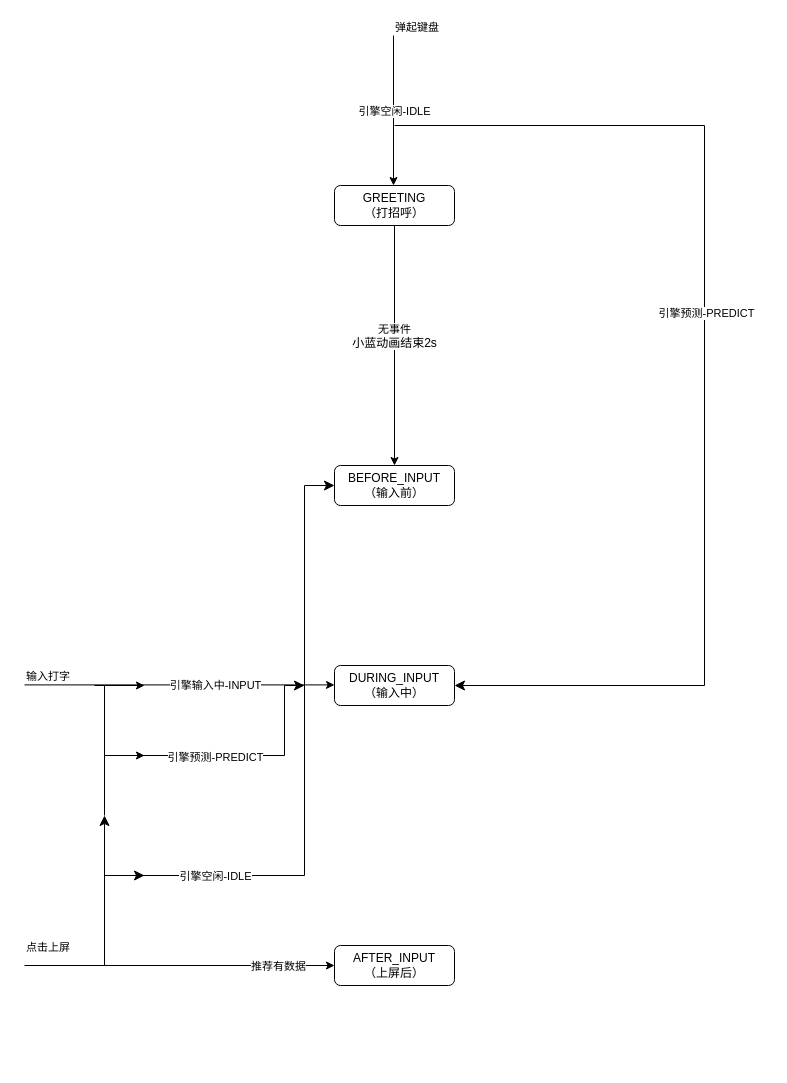
This is 候选状态流程图.drawio from Adiudiu/test, a draw.io file, before an edit. Source tidied: cells renumbered, new cells numbered last; positions are measured from the earlier drawing's top-left corner, leaving out a move shared by most shapes. Both pictures are drawn from the tidied source at 100%, with x=0, y=0 at pixel (24, 35).
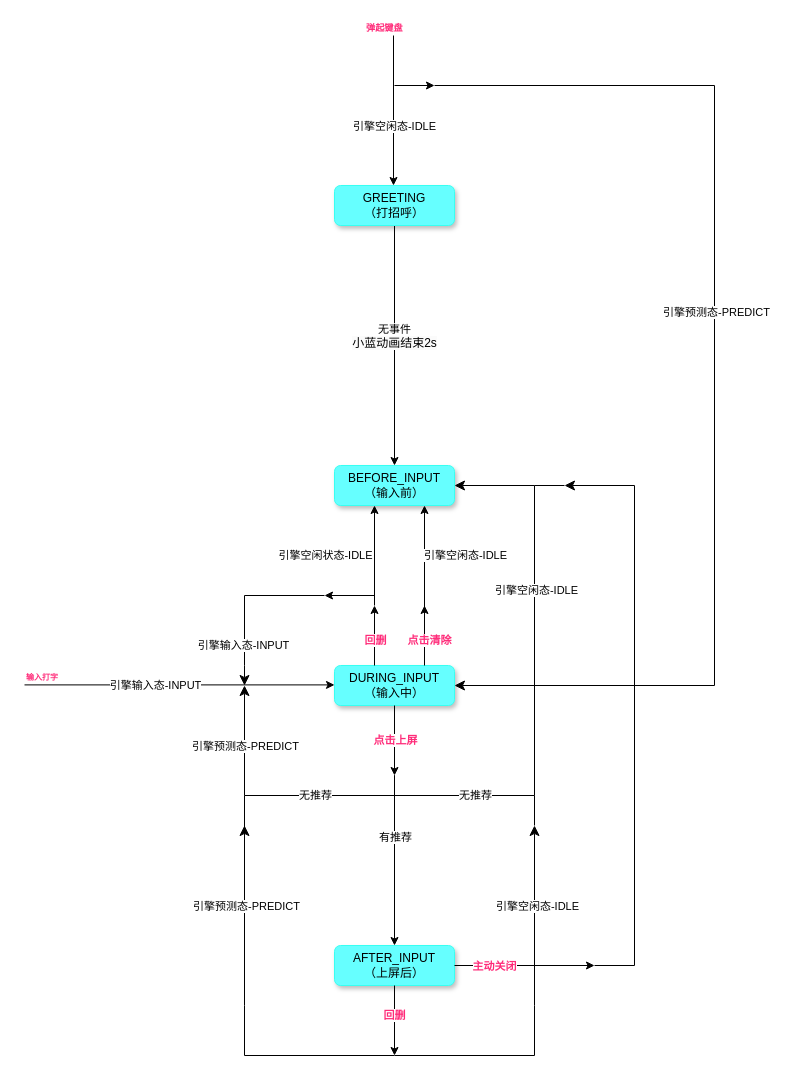
After the change.

Commit message (it also covers changes not shown here):
更新候选状态流程图.drawio

The change refers to these unchanged cells:
```xml
<mxCell id="8" style="endArrow=classic;html=1;rounded=0;entryX=0.5;entryY=0;entryDx=0;entryDy=0;" parent="1" edge="1">
  <mxGeometry relative="1" as="geometry">
    <mxPoint x="369" as="sourcePoint" />
    <mxPoint x="369" y="150" as="targetPoint" />
  </mxGeometry>
</mxCell>
<mxCell id="13" style="endArrow=classic;html=1;rounded=0;" parent="1" edge="1">
  <mxGeometry relative="1" as="geometry">
    <mxPoint y="649.4" as="sourcePoint" />
    <mxPoint x="310" y="649.4" as="targetPoint" />
  </mxGeometry>
</mxCell>
```

Change to the diagram source:
```diff
@@
-    <mxCell id="4" value="GREETING&lt;br&gt;（打招呼）" style="rounded=1;whiteSpace=wrap;html=1;fontSize=12;glass=0;strokeWidth=1;shadow=0;" parent="1" vertex="1">
+    <mxCell id="4" value="GREETING&lt;br&gt;（打招呼）" style="rounded=1;whiteSpace=wrap;html=1;fontSize=12;glass=0;strokeWidth=1;shadow=1;strokeColor=#38FFF2;fillColor=#66FFFF;" parent="1" vertex="1">
       <mxGeometry x="310" y="150" width="120" height="40" as="geometry" />
     </mxCell>
-    <mxCell id="5" value="BEFORE_INPUT&lt;br&gt;（输入前）" style="rounded=1;whiteSpace=wrap;html=1;fontSize=12;glass=0;strokeWidth=1;shadow=0;" parent="1" vertex="1">
+    <mxCell id="5" value="BEFORE_INPUT&lt;br&gt;（输入前）" style="rounded=1;whiteSpace=wrap;html=1;fontSize=12;glass=0;strokeWidth=1;shadow=1;strokeColor=#38FFF2;fillColor=#66FFFF;" parent="1" vertex="1">
       <mxGeometry x="310" y="430" width="120" height="40" as="geometry" />
     </mxCell>
-    <mxCell id="6" value="DURING_INPUT&lt;br&gt;（输入中）" style="rounded=1;whiteSpace=wrap;html=1;fontSize=12;glass=0;strokeWidth=1;shadow=0;" parent="1" vertex="1">
+    <mxCell id="6" value="DURING_INPUT&lt;br&gt;（输入中）" style="rounded=1;whiteSpace=wrap;html=1;fontSize=12;glass=0;strokeWidth=1;shadow=1;strokeColor=#38FFF2;fillColor=#66FFFF;" parent="1" vertex="1">
       <mxGeometry x="310" y="630" width="120" height="40" as="geometry" />
     </mxCell>
-    <mxCell id="7" value="AFTER_INPUT&lt;br&gt;（上屏后）" style="rounded=1;whiteSpace=wrap;html=1;fontSize=12;glass=0;strokeWidth=1;shadow=0;" parent="1" vertex="1">
+    <mxCell id="7" value="AFTER_INPUT&lt;br&gt;（上屏后）" style="rounded=1;whiteSpace=wrap;html=1;fontSize=12;glass=0;strokeWidth=1;shadow=1;strokeColor=#38FFF2;fillColor=#66FFFF;" parent="1" vertex="1">
       <mxGeometry x="310" y="910" width="120" height="40" as="geometry" />
     </mxCell>
@@
-    <mxCell id="9" value="引擎空闲-IDLE" style="edgeLabel;html=1;align=center;verticalAlign=middle;" parent="8" vertex="1">
-      <mxGeometry relative="1" as="geometry" />
+    <mxCell id="9" value="引擎空闲态-IDLE" style="edgeLabel;html=1;align=center;verticalAlign=middle;" parent="8" vertex="1">
+      <mxGeometry relative="1" as="geometry">
+        <mxPoint y="15" as="offset" />
+      </mxGeometry>
     </mxCell>
-    <mxCell id="10" value="弹起键盘" style="edgeLabel;html=1;align=left;verticalAlign=bottom;" parent="8" vertex="1">
-      <mxGeometry x="-1" relative="1" as="geometry" />
+    <mxCell id="10" value="&lt;b&gt;&lt;sub&gt;&lt;font color=&quot;#ff2b79&quot;&gt;弹起键盘&lt;/font&gt;&lt;/sub&gt;&lt;/b&gt;" style="edgeLabel;html=1;align=left;verticalAlign=bottom;" parent="8" vertex="1">
+      <mxGeometry x="-1" relative="1" as="geometry">
+        <mxPoint x="-29" as="offset" />
+      </mxGeometry>
     </mxCell>
-    <mxCell id="11" style="edgeStyle=segmentEdgeStyle;endArrow=classic;html=1;curved=0;rounded=0;endSize=8;startSize=8;" parent="1" edge="1" target="6">
+    <mxCell id="11" style="edgeStyle=segmentEdgeStyle;endArrow=classic;html=1;curved=0;rounded=0;endSize=8;startSize=8;entryX=1;entryY=0.5;entryDx=0;entryDy=0;" parent="1" edge="1" target="6">
       <mxGeometry relative="1" as="geometry">
-        <mxPoint x="370" y="90" as="sourcePoint" />
+        <mxPoint x="410" y="50" as="sourcePoint" />
         <Array as="points">
-          <mxPoint x="680" y="90" />
-          <mxPoint x="680" y="650" />
+          <mxPoint x="690" y="50" />
+          <mxPoint x="690" y="650" />
         </Array>
       </mxGeometry>
     </mxCell>
-    <mxCell id="12" value="引擎预测-PREDICT" style="edgeLabel;html=1;align=center;verticalAlign=middle;" parent="11" vertex="1">
+    <mxCell id="12" value="引擎预测态-PREDICT" style="edgeLabel;html=1;align=center;verticalAlign=middle;" parent="11" vertex="1">
       <mxGeometry x="-0.11" y="1" relative="1" as="geometry">
         <mxPoint y="-1" as="offset" />
       </mxGeometry>
     </mxCell>
@@
-    <mxCell id="14" value="引擎输入中-INPUT" style="edgeLabel;html=1;align=center;verticalAlign=middle;" parent="13" vertex="1">
+    <mxCell id="14" value="引擎输入态-INPUT" style="edgeLabel;html=1;align=center;verticalAlign=middle;" parent="13" vertex="1">
       <mxGeometry relative="1" as="geometry">
-        <mxPoint x="35" as="offset" />
+        <mxPoint x="-25" as="offset" />
       </mxGeometry>
     </mxCell>
-    <mxCell id="15" value="输入打字" style="edgeLabel;html=1;align=left;verticalAlign=bottom;" parent="13" vertex="1">
+    <mxCell id="15" value="&lt;b&gt;&lt;font color=&quot;#ff2b79&quot; style=&quot;font-size: 8px;&quot;&gt;输入打字&lt;/font&gt;&lt;/b&gt;" style="edgeLabel;html=1;align=left;verticalAlign=bottom;" parent="13" vertex="1">
       <mxGeometry x="-1" relative="1" as="geometry" />
     </mxCell>
-    <mxCell id="16" style="edgeStyle=segmentEdgeStyle;endArrow=classic;html=1;curved=0;rounded=0;endSize=8;startSize=8;" parent="1" edge="1">
-      <mxGeometry relative="1" as="geometry">
-        <mxPoint x="70" y="650" as="sourcePoint" />
-        <mxPoint x="280" y="650" as="targetPoint" />
-        <Array as="points">
-          <mxPoint x="80" y="650" />
-          <mxPoint x="80" y="720" />
-          <mxPoint x="260" y="720" />
-          <mxPoint x="260" y="650" />
-        </Array>
-      </mxGeometry>
-    </mxCell>
-    <mxCell id="17" value="引擎预测-PREDICT" style="edgeLabel;html=1;align=center;verticalAlign=middle;" parent="16" vertex="1">
-      <mxGeometry x="-0.15" y="-1" relative="1" as="geometry">
-        <mxPoint x="41" as="offset" />
-      </mxGeometry>
-    </mxCell>
-    <mxCell id="18" style="endArrow=classic;html=1;rounded=0;entryX=0;entryY=0.5;entryDx=0;entryDy=0;" parent="1" edge="1" target="7">
+    <mxCell id="18" style="endArrow=classic;html=1;rounded=0;exitX=0.5;exitY=1;exitDx=0;exitDy=0;" parent="1" edge="1" source="6">
       <mxGeometry relative="1" as="geometry">
-        <mxPoint y="930" as="sourcePoint" />
+        <mxPoint x="370" y="740" as="targetPoint" />
       </mxGeometry>
     </mxCell>
-    <mxCell id="19" value="点击上屏" style="edgeLabel;html=1;align=left;verticalAlign=bottom;" parent="18" vertex="1">
-      <mxGeometry x="-1" relative="1" as="geometry">
-        <mxPoint y="-10" as="offset" />
+    <mxCell id="19" value="&lt;b&gt;&lt;font color=&quot;#ff2b79&quot;&gt;点击上屏&lt;/font&gt;&lt;/b&gt;" style="edgeLabel;html=1;align=center;verticalAlign=middle;" parent="18" vertex="1">
+      <mxGeometry x="-0.03" y="3" relative="1" as="geometry">
+        <mxPoint x="-3" as="offset" />
       </mxGeometry>
     </mxCell>
-    <mxCell id="20" value="推荐有数据" style="edgeLabel;html=1;align=center;verticalAlign=middle;" parent="18" vertex="1">
-      <mxGeometry x="0.63" relative="1" as="geometry" />
-    </mxCell>
-    <mxCell id="21" style="edgeStyle=segmentEdgeStyle;endArrow=classic;html=1;curved=0;rounded=0;endSize=8;startSize=8;" parent="1" edge="1">
-      <mxGeometry relative="1" as="geometry">
-        <mxPoint x="80" y="840" as="sourcePoint" />
-        <mxPoint x="310" y="450" as="targetPoint" />
-        <Array as="points">
-          <mxPoint x="280" y="840" />
-          <mxPoint x="280" y="450" />
-        </Array>
-      </mxGeometry>
-    </mxCell>
-    <mxCell id="22" value="引擎空闲-IDLE" style="edgeLabel;html=1;align=center;verticalAlign=middle;" parent="21" vertex="1">
-      <mxGeometry x="-0.69" y="-5" relative="1" as="geometry">
-        <mxPoint x="14" y="-5" as="offset" />
-      </mxGeometry>
-    </mxCell>
-    <mxCell id="23" style="edgeStyle=segmentEdgeStyle;endArrow=classic;html=1;curved=0;rounded=0;endSize=8;startSize=8;" parent="1" edge="1">
-      <mxGeometry relative="1" as="geometry">
-        <mxPoint x="80" y="930" as="sourcePoint" />
-        <mxPoint x="80" y="780" as="targetPoint" />
-      </mxGeometry>
-    </mxCell>
-    <mxCell id="24" style="endArrow=none;html=1;rounded=0;" parent="1" edge="1">
-      <mxGeometry relative="1" as="geometry">
-        <mxPoint x="80" y="780" as="sourcePoint" />
-        <mxPoint x="80" y="720" as="targetPoint" />
-      </mxGeometry>
-    </mxCell>
-    <mxCell id="25" style="edgeStyle=segmentEdgeStyle;endArrow=classic;html=1;curved=0;rounded=0;endSize=8;startSize=8;" parent="1" edge="1">
-      <mxGeometry relative="1" as="geometry">
-        <mxPoint x="80" y="840" as="sourcePoint" />
-        <mxPoint x="120" y="840" as="targetPoint" />
-      </mxGeometry>
-    </mxCell>
-    <mxCell id="26" style="endArrow=classic;html=1;rounded=0;" parent="1" edge="1">
-      <mxGeometry relative="1" as="geometry">
-        <mxPoint x="80" y="720" as="sourcePoint" />
-        <mxPoint x="120" y="720" as="targetPoint" />
-      </mxGeometry>
-    </mxCell>
-    <mxCell id="27" style="endArrow=classic;html=1;rounded=0;" parent="1" edge="1">
-      <mxGeometry relative="1" as="geometry">
-        <mxPoint x="80" y="650" as="sourcePoint" />
-        <mxPoint x="120" y="650" as="targetPoint" />
-      </mxGeometry>
-    </mxCell>
+    <mxCell id="28" style="edgeStyle=segmentEdgeStyle;endArrow=classic;html=1;curved=0;rounded=0;endSize=8;startSize=8;entryX=1;entryY=0.5;entryDx=0;entryDy=0;" parent="1" edge="1" target="5">
+      <mxGeometry relative="1" as="geometry">
+        <mxPoint x="370" y="740" as="sourcePoint" />
+        <Array as="points">
+          <mxPoint x="370" y="760" />
+          <mxPoint x="510" y="760" />
+          <mxPoint x="510" y="450" />
+        </Array>
+      </mxGeometry>
+    </mxCell>
+    <mxCell id="29" value="无推荐" style="edgeLabel;html=1;align=center;verticalAlign=middle;" parent="28" vertex="1">
+      <mxGeometry x="-0.17" y="-2" relative="1" as="geometry">
+        <mxPoint x="-62" y="67" as="offset" />
+      </mxGeometry>
+    </mxCell>
+    <mxCell id="30" value="引擎空闲态-IDLE" style="edgeLabel;html=1;align=center;verticalAlign=middle;" parent="28" vertex="1">
+      <mxGeometry x="0.33" y="-1" relative="1" as="geometry" />
+    </mxCell>
+    <mxCell id="31" style="endArrow=classic;html=1;rounded=0;" parent="1" edge="1" target="7">
+      <mxGeometry relative="1" as="geometry">
+        <mxPoint x="370" y="740" as="sourcePoint" />
+      </mxGeometry>
+    </mxCell>
+    <mxCell id="32" value="有推荐" style="edgeLabel;html=1;align=center;verticalAlign=middle;" parent="31" vertex="1">
+      <mxGeometry x="0.34" y="4" relative="1" as="geometry">
+        <mxPoint x="-4" y="-53" as="offset" />
+      </mxGeometry>
+    </mxCell>
+    <mxCell id="33" style="edgeStyle=segmentEdgeStyle;endArrow=classic;html=1;curved=0;rounded=0;endSize=8;startSize=8;" parent="1" edge="1">
+      <mxGeometry relative="1" as="geometry">
+        <mxPoint x="370" y="740" as="sourcePoint" />
+        <mxPoint x="220" y="650" as="targetPoint" />
+        <Array as="points">
+          <mxPoint x="370" y="760" />
+          <mxPoint x="220" y="760" />
+          <mxPoint x="220" y="650" />
+        </Array>
+      </mxGeometry>
+    </mxCell>
+    <mxCell id="34" value="无推荐" style="edgeLabel;html=1;align=center;verticalAlign=middle;" parent="33" vertex="1">
+      <mxGeometry x="-0.38" y="-1" relative="1" as="geometry">
+        <mxPoint x="-13" as="offset" />
+      </mxGeometry>
+    </mxCell>
+    <mxCell id="35" value="引擎预测态-PREDICT" style="edgeLabel;html=1;align=center;verticalAlign=middle;" parent="33" vertex="1">
+      <mxGeometry x="0.49" relative="1" as="geometry">
+        <mxPoint y="-11" as="offset" />
+      </mxGeometry>
+    </mxCell>
+    <mxCell id="36" style="endArrow=classic;html=1;rounded=0;entryX=0.75;entryY=1;entryDx=0;entryDy=0;" parent="1" edge="1" target="5">
+      <mxGeometry relative="1" as="geometry">
+        <mxPoint x="400" y="580" as="sourcePoint" />
+      </mxGeometry>
+    </mxCell>
+    <mxCell id="37" value="引擎空闲态-IDLE" style="edgeLabel;html=1;align=center;verticalAlign=middle;" parent="36" vertex="1">
+      <mxGeometry x="0.03" y="-1" relative="1" as="geometry">
+        <mxPoint x="39" y="-4" as="offset" />
+      </mxGeometry>
+    </mxCell>
+    <mxCell id="38" style="endArrow=classic;html=1;rounded=0;" parent="1" edge="1">
+      <mxGeometry relative="1" as="geometry">
+        <mxPoint x="350" y="630" as="sourcePoint" />
+        <mxPoint x="350" y="570" as="targetPoint" />
+      </mxGeometry>
+    </mxCell>
+    <mxCell id="39" value="&lt;b&gt;&lt;font color=&quot;#ff2b79&quot;&gt;回删&lt;/font&gt;&lt;/b&gt;" style="edgeLabel;html=1;align=center;verticalAlign=middle;" parent="38" vertex="1">
+      <mxGeometry x="-0.15" y="-3" relative="1" as="geometry">
+        <mxPoint x="-3" as="offset" />
+      </mxGeometry>
+    </mxCell>
+    <mxCell id="40" style="endArrow=classic;html=1;rounded=0;entryX=0.5;entryY=1;entryDx=0;entryDy=0;" parent="1" edge="1">
+      <mxGeometry relative="1" as="geometry">
+        <mxPoint x="350" y="570" as="sourcePoint" />
+        <mxPoint x="350" y="470" as="targetPoint" />
+      </mxGeometry>
+    </mxCell>
+    <mxCell id="41" value="引擎空闲状态-IDLE" style="edgeLabel;html=1;align=center;verticalAlign=middle;" parent="40" vertex="1">
+      <mxGeometry x="0.01" relative="1" as="geometry">
+        <mxPoint x="-50" as="offset" />
+      </mxGeometry>
+    </mxCell>
+    <mxCell id="42" style="edgeStyle=segmentEdgeStyle;endArrow=classic;html=1;curved=0;rounded=0;endSize=8;startSize=8;" parent="1" edge="1">
+      <mxGeometry relative="1" as="geometry">
+        <mxPoint x="300" y="560" as="sourcePoint" />
+        <mxPoint x="220" y="650" as="targetPoint" />
+        <Array as="points">
+          <mxPoint x="220" y="560" />
+          <mxPoint x="220" y="630" />
+        </Array>
+      </mxGeometry>
+    </mxCell>
+    <mxCell id="43" value="引擎输入态-INPUT" style="edgeLabel;html=1;align=center;verticalAlign=middle;" parent="42" vertex="1">
+      <mxGeometry x="0.52" y="-2" relative="1" as="geometry" />
+    </mxCell>
+    <mxCell id="44" style="endArrow=classic;html=1;rounded=0;" parent="1" edge="1">
+      <mxGeometry relative="1" as="geometry">
+        <mxPoint x="370" y="950" as="sourcePoint" />
+        <mxPoint x="370" y="1020" as="targetPoint" />
+      </mxGeometry>
+    </mxCell>
+    <mxCell id="45" value="&lt;b&gt;&lt;font color=&quot;#ff2b79&quot;&gt;回删&lt;/font&gt;&lt;/b&gt;" style="edgeLabel;html=1;align=center;verticalAlign=middle;" parent="44" vertex="1">
+      <mxGeometry x="-0.16" y="-3" relative="1" as="geometry">
+        <mxPoint x="2" as="offset" />
+      </mxGeometry>
+    </mxCell>
+    <mxCell id="46" style="edgeStyle=segmentEdgeStyle;endArrow=classic;html=1;curved=0;rounded=0;endSize=8;startSize=8;" parent="1" edge="1">
+      <mxGeometry relative="1" as="geometry">
+        <mxPoint x="370" y="1020" as="sourcePoint" />
+        <mxPoint x="510" y="790" as="targetPoint" />
+        <Array as="points">
+          <mxPoint x="510" y="1020" />
+          <mxPoint x="510" y="970" />
+        </Array>
+      </mxGeometry>
+    </mxCell>
+    <mxCell id="47" value="引擎空闲态-IDLE" style="edgeLabel;html=1;align=center;verticalAlign=middle;" parent="46" vertex="1">
+      <mxGeometry x="0.43" y="-2" relative="1" as="geometry">
+        <mxPoint y="-25" as="offset" />
+      </mxGeometry>
+    </mxCell>
+    <mxCell id="48" style="endArrow=none;html=1;rounded=0;" parent="1" edge="1">
+      <mxGeometry relative="1" as="geometry">
+        <mxPoint x="510" y="790" as="sourcePoint" />
+        <mxPoint x="510" y="760" as="targetPoint" />
+      </mxGeometry>
+    </mxCell>
+    <mxCell id="49" style="edgeStyle=segmentEdgeStyle;endArrow=classic;html=1;curved=0;rounded=0;endSize=8;startSize=8;" parent="1" edge="1">
+      <mxGeometry relative="1" as="geometry">
+        <mxPoint x="370" y="1020" as="sourcePoint" />
+        <mxPoint x="220" y="790" as="targetPoint" />
+        <Array as="points">
+          <mxPoint x="220" y="1020" />
+          <mxPoint x="220" y="970" />
+        </Array>
+      </mxGeometry>
+    </mxCell>
+    <mxCell id="50" value="引擎预测态-PREDICT" style="edgeLabel;html=1;align=center;verticalAlign=middle;" parent="49" vertex="1">
+      <mxGeometry x="0.4" y="-1" relative="1" as="geometry">
+        <mxPoint y="-34" as="offset" />
+      </mxGeometry>
+    </mxCell>
+    <mxCell id="51" style="endArrow=none;html=1;rounded=0;" parent="1" edge="1">
+      <mxGeometry relative="1" as="geometry">
+        <mxPoint x="220" y="800" as="sourcePoint" />
+        <mxPoint x="220" y="760" as="targetPoint" />
+      </mxGeometry>
+    </mxCell>
+    <mxCell id="52" style="endArrow=classic;html=1;rounded=0;" parent="1" edge="1">
+      <mxGeometry relative="1" as="geometry">
+        <mxPoint x="430" y="930" as="sourcePoint" />
+        <mxPoint x="570" y="930" as="targetPoint" />
+      </mxGeometry>
+    </mxCell>
+    <mxCell id="53" value="&lt;font style=&quot;&quot; color=&quot;#ff2b79&quot;&gt;&lt;b&gt;主动关闭&lt;/b&gt;&lt;/font&gt;" style="edgeLabel;html=1;align=center;verticalAlign=middle;" parent="52" vertex="1">
+      <mxGeometry x="-0.57" y="-1" relative="1" as="geometry">
+        <mxPoint x="9" y="-1" as="offset" />
+      </mxGeometry>
+    </mxCell>
+    <mxCell id="54" style="edgeStyle=segmentEdgeStyle;endArrow=classic;html=1;curved=0;rounded=0;endSize=8;startSize=8;" parent="1" edge="1">
+      <mxGeometry relative="1" as="geometry">
+        <mxPoint x="570" y="930" as="sourcePoint" />
+        <mxPoint x="540" y="450" as="targetPoint" />
+        <Array as="points">
+          <mxPoint x="610" y="930" />
+          <mxPoint x="610" y="450" />
+        </Array>
+      </mxGeometry>
+    </mxCell>
+    <mxCell id="55" style="endArrow=none;html=1;rounded=0;" parent="1" edge="1">
+      <mxGeometry relative="1" as="geometry">
+        <mxPoint x="510" y="450" as="sourcePoint" />
+        <mxPoint x="540" y="450" as="targetPoint" />
+      </mxGeometry>
+    </mxCell>
+    <mxCell id="56" style="endArrow=classic;html=1;rounded=0;" parent="1" edge="1">
+      <mxGeometry relative="1" as="geometry">
+        <mxPoint x="370" y="50" as="sourcePoint" />
+        <mxPoint x="410" y="50" as="targetPoint" />
+      </mxGeometry>
+    </mxCell>
+    <mxCell id="57" style="endArrow=classic;html=1;rounded=0;" parent="1" edge="1">
+      <mxGeometry relative="1" as="geometry">
+        <mxPoint x="400" y="630" as="sourcePoint" />
+        <mxPoint x="400" y="570" as="targetPoint" />
+      </mxGeometry>
+    </mxCell>
+    <mxCell id="58" value="&lt;b&gt;&lt;font color=&quot;#ff2b79&quot;&gt;点击清除&lt;/font&gt;&lt;/b&gt;" style="edgeLabel;html=1;align=center;verticalAlign=middle;" parent="57" vertex="1">
+      <mxGeometry x="-0.1" y="-4" relative="1" as="geometry">
+        <mxPoint y="1" as="offset" />
+      </mxGeometry>
+    </mxCell>
+    <mxCell id="59" style="endArrow=classic;html=1;rounded=0;" parent="1" edge="1">
+      <mxGeometry relative="1" as="geometry">
+        <mxPoint x="350" y="560" as="sourcePoint" />
+        <mxPoint x="300" y="560" as="targetPoint" />
+      </mxGeometry>
+    </mxCell>
```
